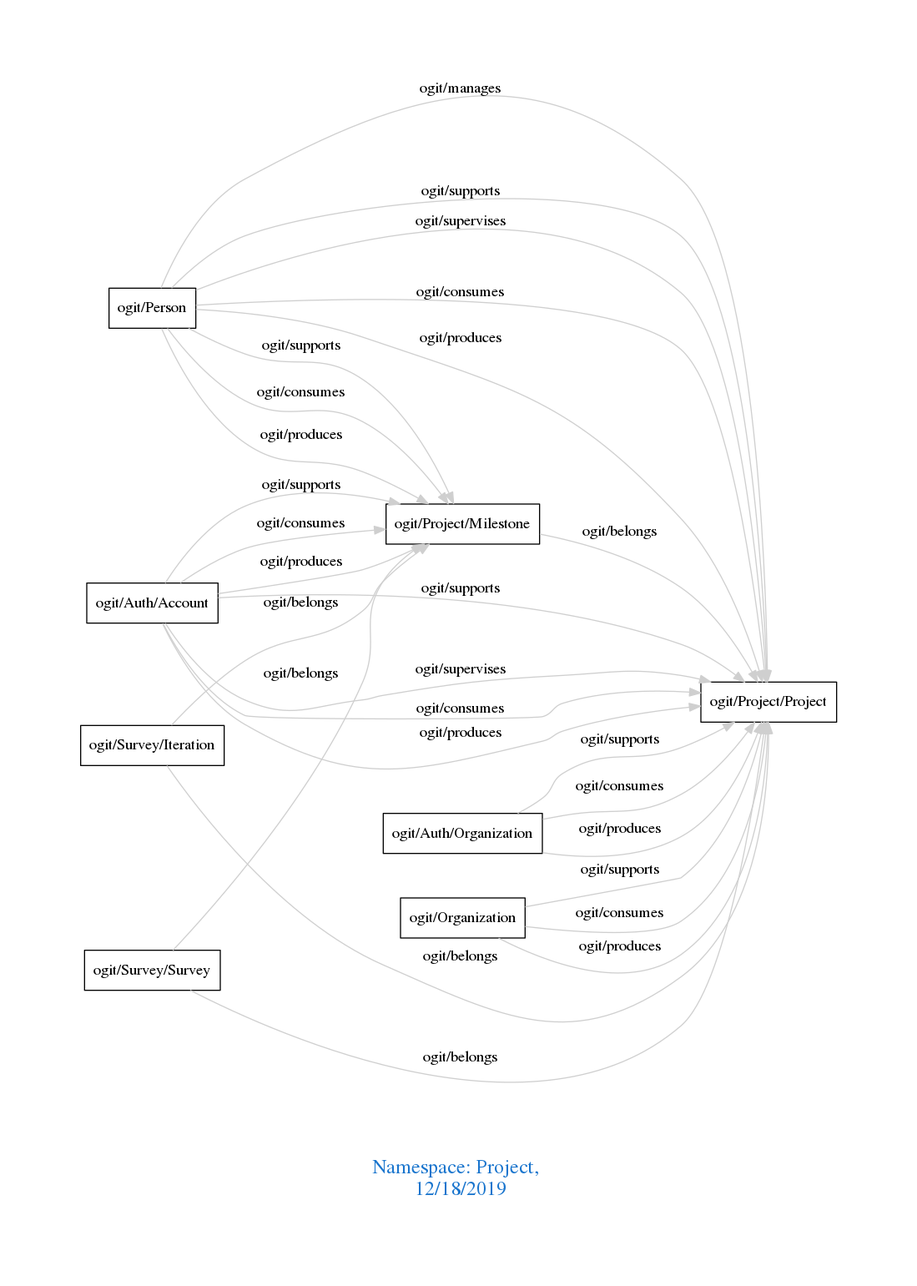
The Graphviz diagram downloads/Project.png in arago/OGIT, before a commit. Its source is kept beside it as downloads/Project.dot.
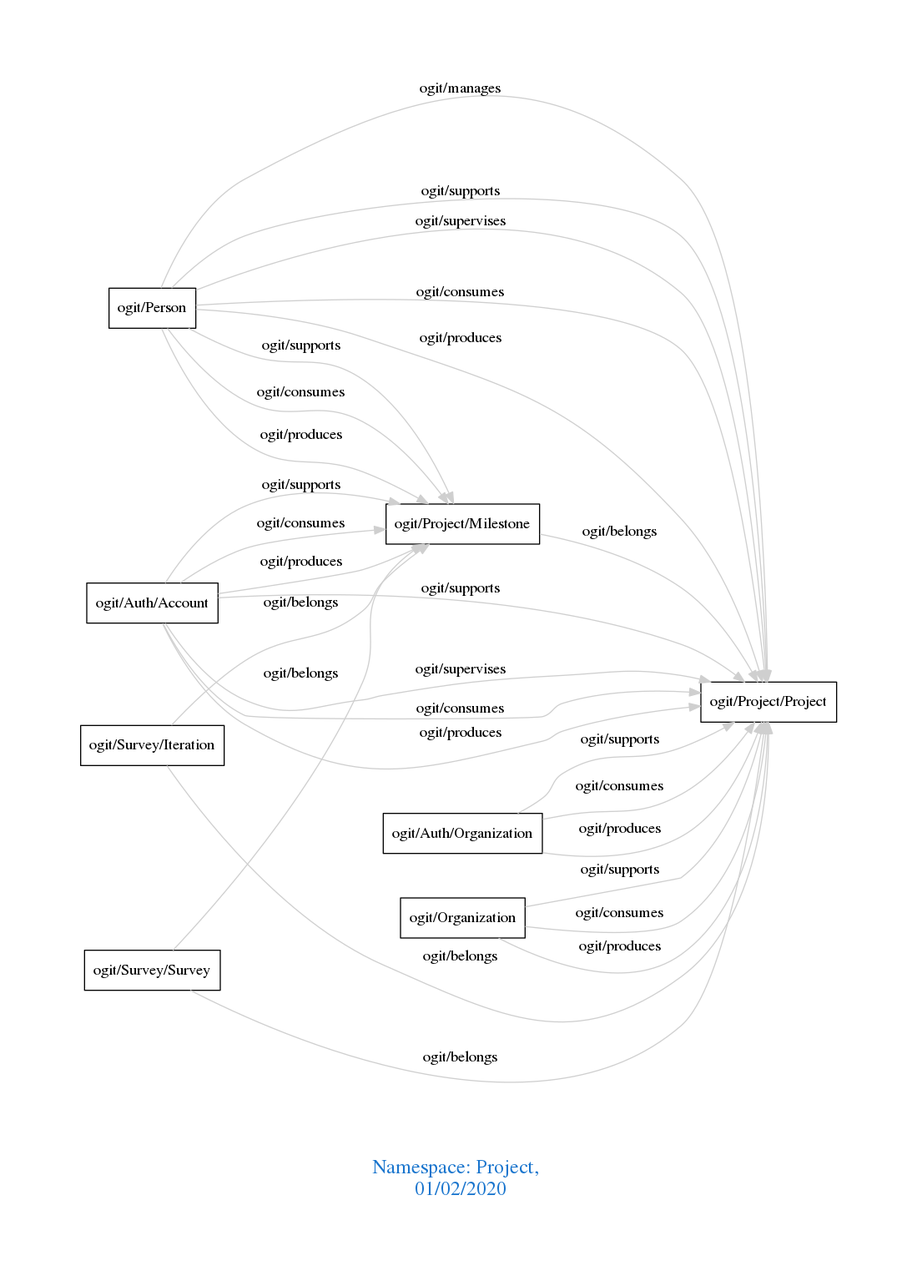
Above is the later version.

The edit, as a diff of the source:
```diff
@@ -1,7 +1,7 @@
 digraph OGIT_ontology {
  graph [ rankdir= LR,pad=1
 fontsize = 18,
-fontcolor= dodgerblue3,label = "\n\n\nNamespace: Project, \n 12/18/2019"];
+fontcolor= dodgerblue3,label = "\n\n\nNamespace: Project, \n 01/02/2020"];
 node[shape=polygon];
 edge [  color="gray81"];
 
```
